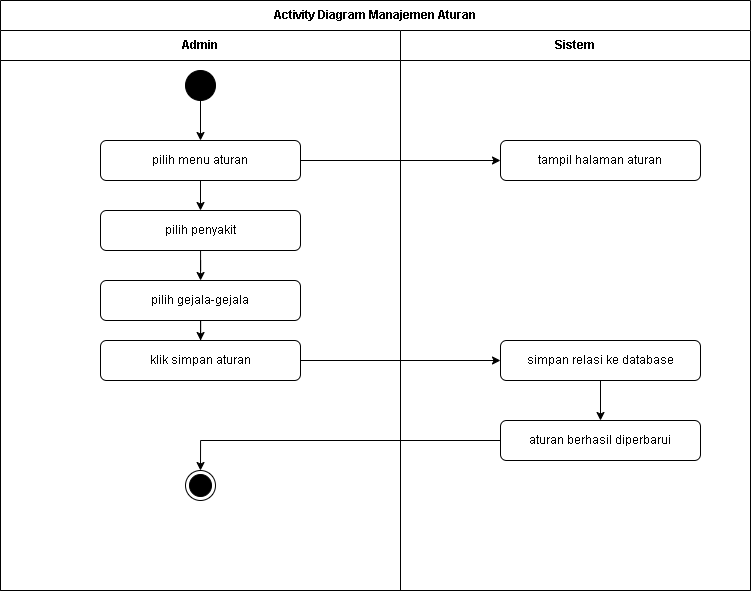
Earlier version of the draw.io export diagram/Activity/admin_aturan.png (Jinsky/Jinsky). Source tidied: cells renumbered, new cells last; positions are measured from the earlier drawing's top-left corner, leaving out a move shared by most shapes.
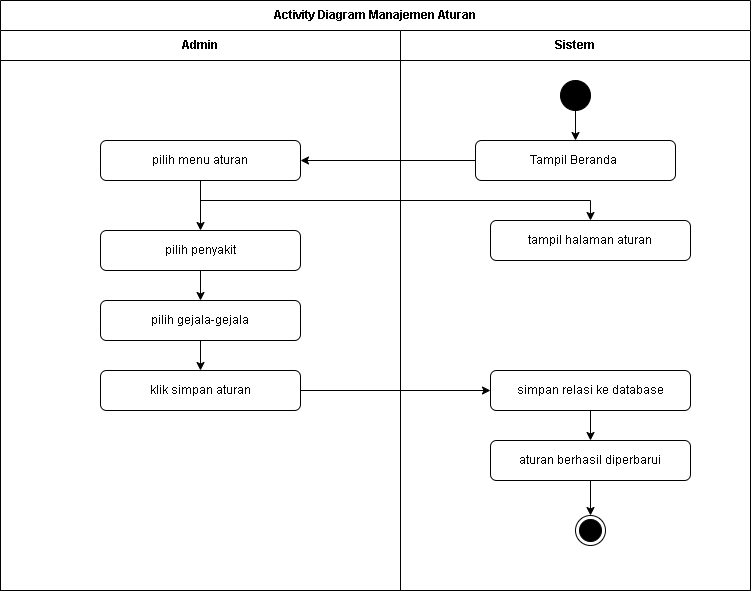
The same diagram one commit later.

Change to the diagram source:
```diff
@@ -8,9 +8,6 @@
     <mxCell id="3" value="Admin" style="swimlane;html=1;startSize=30;whiteSpace=wrap;" parent="2" vertex="1">
       <mxGeometry y="30" width="400" height="560" as="geometry" />
     </mxCell>
-    <mxCell id="4" style="ellipse;whiteSpace=wrap;html=1;fillColor=#000000;" parent="3" vertex="1">
-      <mxGeometry x="185" y="40" width="30" height="30" as="geometry" />
-    </mxCell>
     <mxCell id="5" style="edgeStyle=none;html=1;entryX=0.5;entryY=0;entryDx=0;entryDy=0;" parent="3" edge="1" source="6" target="7">
       <mxGeometry relative="1" as="geometry" />
     </mxCell>
@@ -18,34 +15,51 @@
       <mxGeometry x="100" y="110" width="200" height="40" as="geometry" />
     </mxCell>
     <mxCell id="7" value="pilih penyakit" style="rounded=1;whiteSpace=wrap;html=1;" parent="3" vertex="1">
-      <mxGeometry x="100" y="180" width="200" height="40" as="geometry" />
+      <mxGeometry x="100" y="200" width="200" height="40" as="geometry" />
     </mxCell>
     <mxCell id="8" value="pilih gejala-gejala" style="rounded=1;whiteSpace=wrap;html=1;" parent="3" vertex="1">
-      <mxGeometry x="100" y="250" width="200" height="40" as="geometry" />
+      <mxGeometry x="100" y="270" width="200" height="40" as="geometry" />
     </mxCell>
     <mxCell id="9" value="klik simpan aturan" style="rounded=1;whiteSpace=wrap;html=1;" parent="3" vertex="1">
-      <mxGeometry x="100" y="310" width="200" height="40" as="geometry" />
+      <mxGeometry x="100" y="340" width="200" height="40" as="geometry" />
     </mxCell>
-    <mxCell id="10" style="ellipse;html=1;shape=endState;fillColor=#000000;strokeColor=#000000;" parent="3" vertex="1">
-      <mxGeometry x="185" y="440" width="30" height="30" as="geometry" />
-    </mxCell>
     <mxCell id="11" value="Sistem" style="swimlane;html=1;startSize=30;whiteSpace=wrap;" parent="2" vertex="1">
       <mxGeometry x="400" y="30" width="350" height="560" as="geometry" />
     </mxCell>
     <mxCell id="12" value="tampil halaman aturan" style="rounded=1;whiteSpace=wrap;html=1;" parent="11" vertex="1">
-      <mxGeometry x="100" y="110" width="200" height="40" as="geometry" />
+      <mxGeometry x="90" y="190" width="200" height="40" as="geometry" />
     </mxCell>
     <mxCell id="13" value="simpan relasi ke database" style="rounded=1;whiteSpace=wrap;html=1;" parent="11" vertex="1">
-      <mxGeometry x="100" y="310" width="200" height="40" as="geometry" />
+      <mxGeometry x="90" y="340" width="200" height="40" as="geometry" />
     </mxCell>
     <mxCell id="14" value="aturan berhasil diperbarui" style="rounded=1;whiteSpace=wrap;html=1;" parent="11" vertex="1">
-      <mxGeometry x="100" y="390" width="200" height="40" as="geometry" />
+      <mxGeometry x="90" y="410" width="200" height="40" as="geometry" />
     </mxCell>
-    <mxCell id="15" style="edgeStyle=orthogonalEdgeStyle;rounded=0;jettySize=auto;html=1;" parent="1" edge="1" source="4" target="6">
-      <mxGeometry relative="1" as="geometry" />
-    </mxCell>
+    <mxCell id="10" style="ellipse;html=1;shape=endState;fillColor=#000000;strokeColor=#000000;" parent="11" vertex="1">
+      <mxGeometry x="175" y="485" width="30" height="30" as="geometry" />
+    </mxCell>
+    <mxCell id="21" style="edgeStyle=orthogonalEdgeStyle;rounded=0;jettySize=auto;html=1;" parent="11" edge="1" source="14" target="10">
+      <mxGeometry relative="1" as="geometry" />
+    </mxCell>
+    <mxCell id="22" style="edgeStyle=none;html=1;" parent="11" edge="1" source="4" target="23">
+      <mxGeometry relative="1" as="geometry" />
+    </mxCell>
+    <mxCell id="4" style="ellipse;whiteSpace=wrap;html=1;fillColor=#000000;" parent="11" vertex="1">
+      <mxGeometry x="160" y="50" width="30" height="30" as="geometry" />
+    </mxCell>
+    <mxCell id="23" value="Tampil Beranda&amp;nbsp;" style="rounded=1;whiteSpace=wrap;html=1;" parent="11" vertex="1">
+      <mxGeometry x="75" y="110" width="200" height="40" as="geometry" />
+    </mxCell>
+    <mxCell id="24" style="edgeStyle=none;html=1;entryX=1;entryY=0.5;entryDx=0;entryDy=0;" parent="2" edge="1" source="23" target="6">
+      <mxGeometry relative="1" as="geometry" />
+    </mxCell>
     <mxCell id="16" style="edgeStyle=orthogonalEdgeStyle;rounded=0;jettySize=auto;html=1;" parent="1" edge="1" source="6" target="12">
-      <mxGeometry relative="1" as="geometry" />
+      <mxGeometry relative="1" as="geometry">
+        <Array as="points">
+          <mxPoint x="200" y="200" />
+          <mxPoint x="590" y="200" />
+        </Array>
+      </mxGeometry>
     </mxCell>
     <mxCell id="17" style="edgeStyle=orthogonalEdgeStyle;rounded=0;jettySize=auto;html=1;" parent="1" edge="1" source="7" target="8">
       <mxGeometry relative="1" as="geometry" />
@@ -59,8 +73,5 @@
     <mxCell id="20" style="edgeStyle=orthogonalEdgeStyle;rounded=0;jettySize=auto;html=1;" parent="1" edge="1" source="13" target="14">
       <mxGeometry relative="1" as="geometry" />
     </mxCell>
-    <mxCell id="21" style="edgeStyle=orthogonalEdgeStyle;rounded=0;jettySize=auto;html=1;" parent="1" edge="1" source="14" target="10">
-      <mxGeometry relative="1" as="geometry" />
-    </mxCell>
   </root>
 </mxGraphModel>
```
